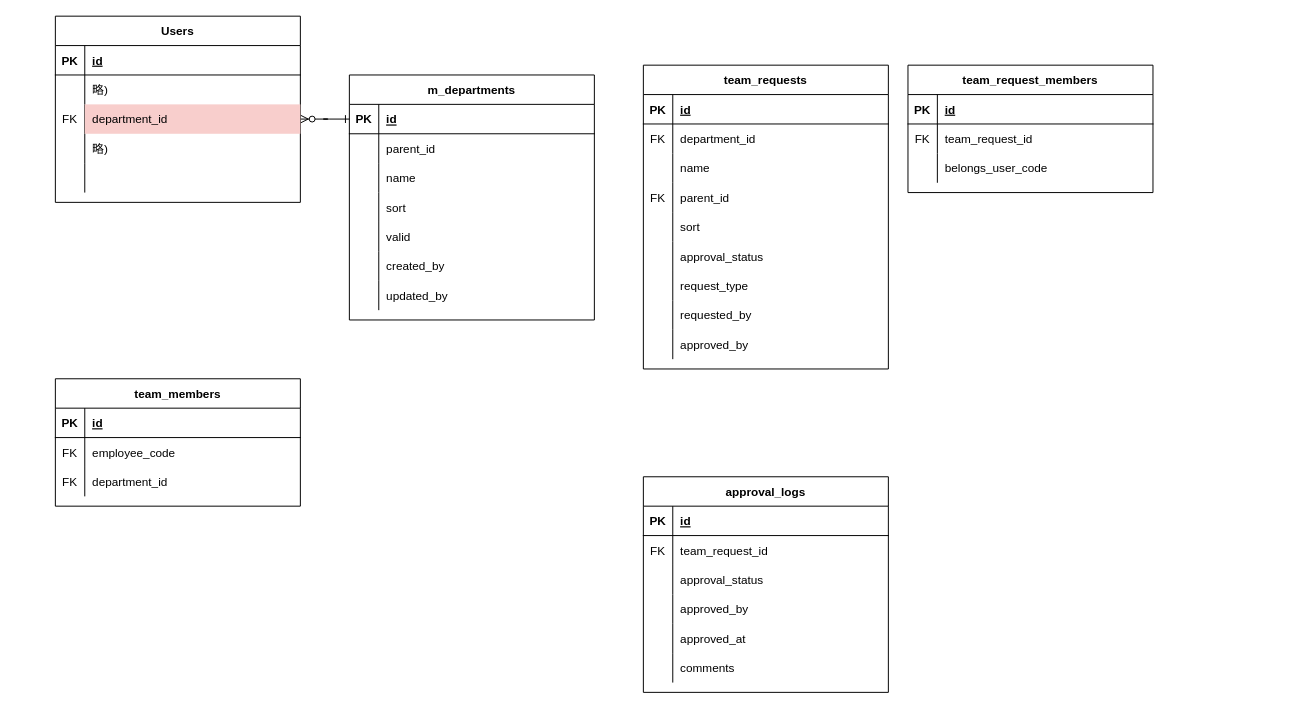
Before: rose.drawio in satohirok/twitter_clone_ER, a draw.io diagram. Source tidied: cells renumbered, new cells numbered last; positions are measured from the earlier drawing's top-left corner, leaving out a move shared by most shapes. Both pictures are drawn from the tidied source at 98%, with x=0, y=0 at pixel (55, 16).
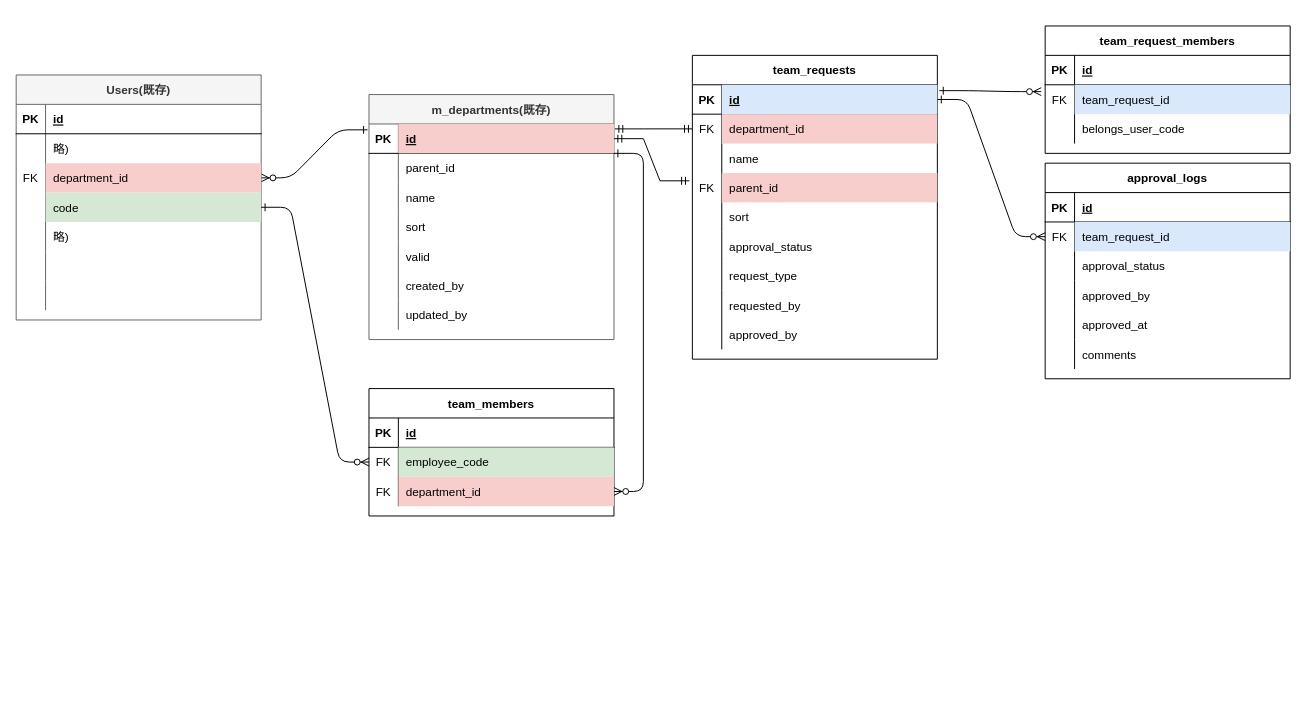
After the change.

Commit message (it also covers changes not shown here):
rose.drawio を更新します

Unchanged cells that the change refers to:
```xml
<mxCell id="4" style="shape=partialRectangle;fillColor=none;points=[[0,0.5],[1,0.5]];portConstraint=eastwest;top=0;left=0;right=0;bottom=1;" parent="3" vertex="1">
  <mxGeometry y="30" width="250" height="30" as="geometry" />
</mxCell>
<mxCell id="32" style="shape=partialRectangle;fillColor=none;points=[[0,0.5],[1,0.5]];portConstraint=eastwest;top=0;left=0;right=0;bottom=0;" parent="25" vertex="1">
  <mxGeometry y="90" width="250" height="30" as="geometry" />
</mxCell>
<mxCell id="42" style="shape=partialRectangle;fillColor=none;points=[[0,0.5],[1,0.5]];portConstraint=eastwest;top=0;left=0;right=0;bottom=1;" parent="41" vertex="1">
  <mxGeometry y="30" width="250" height="30" as="geometry" />
</mxCell>
<mxCell id="45" style="shape=partialRectangle;fillColor=none;points=[[0,0.5],[1,0.5]];portConstraint=eastwest;top=0;left=0;right=0;bottom=0;" parent="41" vertex="1">
  <mxGeometry y="60" width="250" height="30" as="geometry" />
</mxCell>
<mxCell id="51" style="shape=partialRectangle;fillColor=none;points=[[0,0.5],[1,0.5]];portConstraint=eastwest;top=0;left=0;right=0;bottom=0;" parent="41" vertex="1">
  <mxGeometry y="120" width="250" height="30" as="geometry" />
</mxCell>
<mxCell id="73" style="shape=partialRectangle;fillColor=none;points=[[0,0.5],[1,0.5]];portConstraint=eastwest;top=0;left=0;right=0;bottom=0;" parent="69" vertex="1">
  <mxGeometry y="60" width="250" height="30" as="geometry" />
</mxCell>
<mxCell id="76" style="shape=partialRectangle;fillColor=none;points=[[0,0.5],[1,0.5]];portConstraint=eastwest;top=0;left=0;right=0;bottom=0;" parent="69" vertex="1">
  <mxGeometry y="90" width="250" height="30" as="geometry" />
</mxCell>
<mxCell id="83" style="shape=partialRectangle;fillColor=none;points=[[0,0.5],[1,0.5]];portConstraint=eastwest;top=0;left=0;right=0;bottom=0;" parent="79" vertex="1">
  <mxGeometry y="60" width="250" height="30" as="geometry" />
</mxCell>
<mxCell id="102" style="shape=partialRectangle;fillColor=none;points=[[0,0.5],[1,0.5]];portConstraint=eastwest;top=0;left=0;right=0;bottom=0;" parent="98" vertex="1">
  <mxGeometry y="60" width="250" height="30" as="geometry" />
</mxCell>
```

Change to the diagram source:
```diff
@@
-    <mxCell id="2" style="edgeStyle=entityRelationEdgeStyle;endArrow=ERzeroToMany;startArrow=ERone;endFill=1;startFill=0;entryX=1;entryY=0.5;entryDx=0;entryDy=0;exitX=0;exitY=0.5;exitDx=0;exitDy=0;" parent="1" edge="1" source="4" target="32">
+    <mxCell id="2" style="edgeStyle=entityRelationEdgeStyle;endArrow=ERzeroToMany;startArrow=ERone;endFill=1;startFill=0;entryX=1;entryY=0.5;entryDx=0;entryDy=0;exitX=-0.006;exitY=0.2;exitDx=0;exitDy=0;exitPerimeter=0;" parent="1" edge="1" source="4" target="32">
       <mxGeometry relative="1" as="geometry" />
     </mxCell>
-    <mxCell id="3" value="m_departments" style="shape=table;startSize=30;childLayout=tableLayout;rowLines=0;fontStyle=1;align=center;" parent="1" vertex="1">
-      <mxGeometry x="300" y="60" width="250" height="250" as="geometry" />
+    <mxCell id="3" value="m_departments(既存)" style="shape=table;startSize=30;childLayout=tableLayout;rowLines=0;fontStyle=1;align=center;fillColor=#f5f5f5;fontColor=#333333;strokeColor=#666666;" parent="1" vertex="1">
+      <mxGeometry x="320" y="80" width="250" height="250" as="geometry" />
     </mxCell>
@@
-    <mxCell id="6" value="id" style="shape=partialRectangle;overflow=hidden;fillColor=none;top=0;left=0;bottom=0;right=0;align=left;spacingLeft=6;fontStyle=5;" parent="4" vertex="1">
+    <mxCell id="6" value="id" style="shape=partialRectangle;overflow=hidden;fillColor=#f8cecc;top=0;left=0;bottom=0;right=0;align=left;spacingLeft=6;fontStyle=5;strokeColor=#b85450;" parent="4" vertex="1">
       <mxGeometry x="30" width="220" height="30" as="geometry" />
     </mxCell>
@@
-    <mxCell id="25" value="Users" style="shape=table;startSize=30;childLayout=tableLayout;rowLines=0;fontStyle=1;align=center;" parent="1" vertex="1">
-      <mxGeometry width="250" height="190" as="geometry" />
+    <mxCell id="25" value="Users(既存)" style="shape=table;startSize=30;childLayout=tableLayout;rowLines=0;fontStyle=1;align=center;fillColor=#f5f5f5;fontColor=#333333;strokeColor=#666666;" parent="1" vertex="1">
+      <mxGeometry x="-40" y="60" width="250" height="250" as="geometry" />
     </mxCell>
@@
+    <mxCell id="108" style="shape=partialRectangle;fillColor=none;points=[[0,0.5],[1,0.5]];portConstraint=eastwest;top=0;left=0;right=0;bottom=0;" parent="25" vertex="1">
+      <mxGeometry y="120" width="250" height="30" as="geometry" />
+    </mxCell>
+    <mxCell id="109" style="shape=partialRectangle;overflow=hidden;fillColor=none;top=0;left=0;bottom=0;right=0;" parent="108" vertex="1">
+      <mxGeometry width="30" height="30" as="geometry" />
+    </mxCell>
+    <mxCell id="110" value="code" style="shape=partialRectangle;overflow=hidden;fillColor=#d5e8d4;top=0;left=0;bottom=0;right=0;align=left;spacingLeft=6;strokeColor=#82b366;" parent="108" vertex="1">
+      <mxGeometry x="30" width="220" height="30" as="geometry" />
+    </mxCell>
     <mxCell id="35" style="shape=partialRectangle;fillColor=none;top=0;left=0;right=0;bottom=0;" parent="25" vertex="1">
-      <mxGeometry y="120" width="250" height="30" as="geometry" />
+      <mxGeometry y="150" width="250" height="30" as="geometry" />
     </mxCell>
@@
+    <mxCell id="111" style="shape=partialRectangle;fillColor=none;top=0;left=0;right=0;bottom=0;" parent="25" vertex="1">
+      <mxGeometry y="180" width="250" height="30" as="geometry" />
+    </mxCell>
+    <mxCell id="112" style="shape=partialRectangle;overflow=hidden;fillColor=none;top=0;left=0;bottom=0;right=0;" parent="111" vertex="1">
+      <mxGeometry width="30" height="30" as="geometry" />
+    </mxCell>
+    <mxCell id="113" style="shape=partialRectangle;overflow=hidden;fillColor=none;top=0;left=0;bottom=0;right=0;align=left;spacingLeft=6;" parent="111" vertex="1">
+      <mxGeometry x="30" width="220" height="30" as="geometry" />
+    </mxCell>
     <mxCell id="38" style="shape=partialRectangle;fillColor=none;top=0;left=0;right=0;bottom=0;" parent="25" vertex="1">
-      <mxGeometry y="150" width="250" height="30" as="geometry" />
+      <mxGeometry y="210" width="250" height="30" as="geometry" />
     </mxCell>
@@
     <mxCell id="41" value="team_requests" style="shape=table;startSize=30;childLayout=tableLayout;rowLines=0;fontStyle=1;align=center;" parent="1" vertex="1">
-      <mxGeometry x="600" y="50" width="250" height="310" as="geometry" />
+      <mxGeometry x="650" y="40" width="250" height="310" as="geometry" />
     </mxCell>
@@
-    <mxCell id="44" value="id" style="shape=partialRectangle;overflow=hidden;fillColor=none;top=0;left=0;bottom=0;right=0;align=left;spacingLeft=6;fontStyle=5;" parent="42" vertex="1">
+    <mxCell id="44" value="id" style="shape=partialRectangle;overflow=hidden;fillColor=#dae8fc;top=0;left=0;bottom=0;right=0;align=left;spacingLeft=6;fontStyle=5;strokeColor=#6c8ebf;" parent="42" vertex="1">
       <mxGeometry x="30" width="220" height="30" as="geometry" />
     </mxCell>
@@
-    <mxCell id="47" value="department_id" style="shape=partialRectangle;overflow=hidden;fillColor=none;top=0;left=0;bottom=0;right=0;align=left;spacingLeft=6;" parent="45" vertex="1">
+    <mxCell id="47" value="department_id" style="shape=partialRectangle;overflow=hidden;fillColor=#f8cecc;top=0;left=0;bottom=0;right=0;align=left;spacingLeft=6;strokeColor=#b85450;" parent="45" vertex="1">
       <mxGeometry x="30" width="220" height="30" as="geometry" />
     </mxCell>
@@
-    <mxCell id="53" value="parent_id" style="shape=partialRectangle;overflow=hidden;fillColor=none;top=0;left=0;bottom=0;right=0;align=left;spacingLeft=6;" parent="51" vertex="1">
+    <mxCell id="53" value="parent_id" style="shape=partialRectangle;overflow=hidden;fillColor=#f8cecc;top=0;left=0;bottom=0;right=0;align=left;spacingLeft=6;strokeColor=#b85450;" parent="51" vertex="1">
       <mxGeometry x="30" width="220" height="30" as="geometry" />
     </mxCell>
@@
     <mxCell id="69" value="team_members" style="shape=table;startSize=30;childLayout=tableLayout;rowLines=0;fontStyle=1;align=center;" parent="1" vertex="1">
-      <mxGeometry y="370" width="250" height="130" as="geometry" />
+      <mxGeometry x="320" y="380" width="250" height="130" as="geometry" />
     </mxCell>
@@
-    <mxCell id="75" value="employee_code" style="shape=partialRectangle;overflow=hidden;fillColor=none;top=0;left=0;bottom=0;right=0;align=left;spacingLeft=6;" parent="73" vertex="1">
+    <mxCell id="75" value="employee_code" style="shape=partialRectangle;overflow=hidden;fillColor=#d5e8d4;top=0;left=0;bottom=0;right=0;align=left;spacingLeft=6;strokeColor=#82b366;" parent="73" vertex="1">
       <mxGeometry x="30" width="220" height="30" as="geometry" />
     </mxCell>
@@
-    <mxCell id="78" value="department_id" style="shape=partialRectangle;overflow=hidden;fillColor=none;top=0;left=0;bottom=0;right=0;align=left;spacingLeft=6;" parent="76" vertex="1">
+    <mxCell id="78" value="department_id" style="shape=partialRectangle;overflow=hidden;fillColor=#f8cecc;top=0;left=0;bottom=0;right=0;align=left;spacingLeft=6;strokeColor=#b85450;" parent="76" vertex="1">
       <mxGeometry x="30" width="220" height="30" as="geometry" />
     </mxCell>
     <mxCell id="79" value="approval_logs" style="shape=table;startSize=30;childLayout=tableLayout;rowLines=0;fontStyle=1;align=center;" parent="1" vertex="1">
-      <mxGeometry x="600" y="470" width="250" height="220" as="geometry" />
+      <mxGeometry x="1010" y="150" width="250" height="220" as="geometry" />
     </mxCell>
@@
-    <mxCell id="85" value="team_request_id" style="shape=partialRectangle;overflow=hidden;fillColor=none;top=0;left=0;bottom=0;right=0;align=left;spacingLeft=6;" parent="83" vertex="1">
+    <mxCell id="85" value="team_request_id" style="shape=partialRectangle;overflow=hidden;fillColor=#dae8fc;top=0;left=0;bottom=0;right=0;align=left;spacingLeft=6;strokeColor=#6c8ebf;" parent="83" vertex="1">
       <mxGeometry x="30" width="220" height="30" as="geometry" />
     </mxCell>
@@
     <mxCell id="98" value="team_request_members" style="shape=table;startSize=30;childLayout=tableLayout;rowLines=0;fontStyle=1;align=center;" parent="1" vertex="1">
-      <mxGeometry x="870" y="50" width="250" height="130" as="geometry" />
+      <mxGeometry x="1010" y="10" width="250" height="130" as="geometry" />
     </mxCell>
@@
-    <mxCell id="104" value="team_request_id" style="shape=partialRectangle;overflow=hidden;fillColor=none;top=0;left=0;bottom=0;right=0;align=left;spacingLeft=6;" parent="102" vertex="1">
+    <mxCell id="104" value="team_request_id" style="shape=partialRectangle;overflow=hidden;fillColor=#dae8fc;top=0;left=0;bottom=0;right=0;align=left;spacingLeft=6;strokeColor=#6c8ebf;" parent="102" vertex="1">
       <mxGeometry x="30" width="220" height="30" as="geometry" />
     </mxCell>
@@
+    <mxCell id="114" style="edgeStyle=entityRelationEdgeStyle;fontSize=12;html=1;endArrow=ERmandOne;startArrow=ERmandOne;rounded=0;entryX=0;entryY=0.5;entryDx=0;entryDy=0;exitX=1.004;exitY=0.167;exitDx=0;exitDy=0;exitPerimeter=0;" parent="1" edge="1" source="4" target="45">
+      <mxGeometry relative="1" as="geometry">
+        <Array as="points">
+          <mxPoint x="530" y="-140" />
+        </Array>
+      </mxGeometry>
+    </mxCell>
+    <mxCell id="115" style="edgeStyle=entityRelationEdgeStyle;fontSize=12;html=1;endArrow=ERmandOne;startArrow=ERmandOne;rounded=0;entryX=-0.012;entryY=0.267;entryDx=0;entryDy=0;entryPerimeter=0;exitX=1;exitY=0.5;exitDx=0;exitDy=0;" parent="1" edge="1" source="4" target="51">
+      <mxGeometry relative="1" as="geometry">
+        <Array as="points">
+          <mxPoint x="580" y="110" />
+          <mxPoint x="533" y="-124" />
+          <mxPoint x="623" y="166" />
+        </Array>
+      </mxGeometry>
+    </mxCell>
+    <mxCell id="116" style="edgeStyle=entityRelationEdgeStyle;endArrow=ERzeroToMany;startArrow=ERone;endFill=1;startFill=0;entryX=-0.016;entryY=0.233;entryDx=0;entryDy=0;exitX=1.008;exitY=0.2;exitDx=0;exitDy=0;exitPerimeter=0;entryPerimeter=0;" parent="1" edge="1" source="42" target="102">
+      <mxGeometry relative="1" as="geometry">
+        <Array as="points">
+          <mxPoint x="1451" y="324" />
+          <mxPoint x="1051" y="-180" />
+        </Array>
+      </mxGeometry>
+    </mxCell>
+    <mxCell id="117" style="edgeStyle=entityRelationEdgeStyle;endArrow=ERzeroToMany;startArrow=ERone;endFill=1;startFill=0;entryX=0;entryY=0.5;entryDx=0;entryDy=0;exitX=1;exitY=0.5;exitDx=0;exitDy=0;" parent="1" edge="1" source="42" target="83">
+      <mxGeometry relative="1" as="geometry">
+        <Array as="points">
+          <mxPoint x="1449" y="337" />
+          <mxPoint x="1049" y="-167" />
+        </Array>
+      </mxGeometry>
+    </mxCell>
+    <mxCell id="118" style="edgeStyle=entityRelationEdgeStyle;endArrow=ERzeroToMany;startArrow=ERone;endFill=1;startFill=0;entryX=0;entryY=0.5;entryDx=0;entryDy=0;exitX=1;exitY=0.5;exitDx=0;exitDy=0;" parent="1" edge="1" source="108" target="73">
+      <mxGeometry relative="1" as="geometry" />
+    </mxCell>
+    <mxCell id="119" style="edgeStyle=entityRelationEdgeStyle;endArrow=ERzeroToMany;startArrow=ERone;endFill=1;startFill=0;entryX=1;entryY=0.5;entryDx=0;entryDy=0;" parent="1" edge="1" target="76">
+      <mxGeometry relative="1" as="geometry">
+        <mxPoint x="570" y="140" as="sourcePoint" />
+      </mxGeometry>
+    </mxCell>
```
